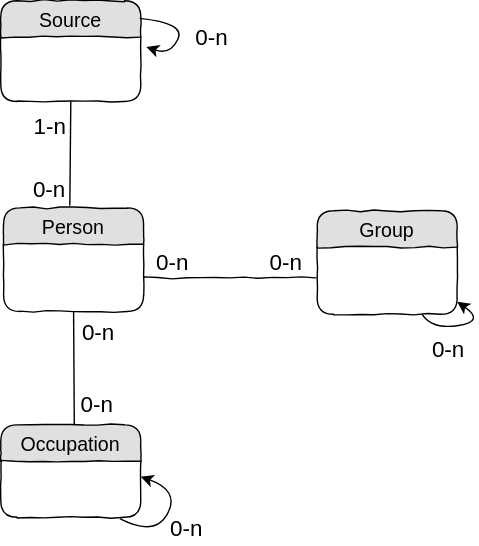
The draw.io diagram docs/img/db5-model.svg in tig12/g5, before a commit. Source tidied: cells renumbered, new cells last; positions are measured from the earlier drawing's top-left corner, leaving out a move shared by most shapes.
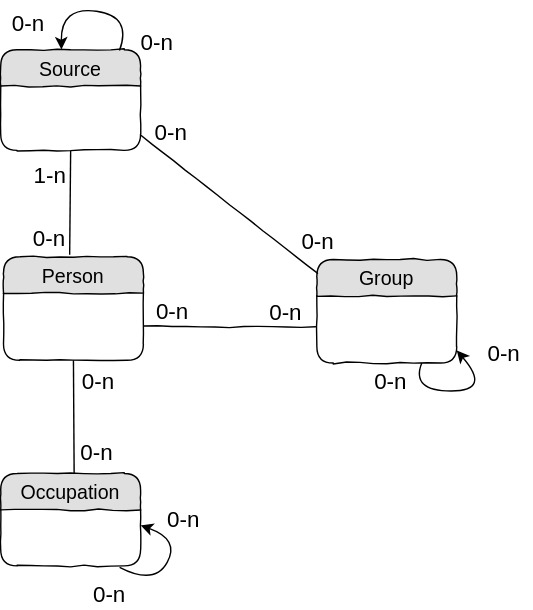
After the commit.

What changed in the source:
```diff
@@ -40,32 +40,31 @@
       <mxGeometry width="100" height="72" as="geometry" />
     </mxCell>
     <mxCell id="11" value="&lt;font style=&quot;font-size: 16px&quot;&gt;0-n&lt;/font&gt;" style="text;html=1;strokeColor=none;fillColor=none;align=center;verticalAlign=middle;whiteSpace=wrap;rounded=0;shadow=0;glass=0;dashed=1;dashPattern=1 4;comic=1;labelBackgroundColor=none;fontSize=24;fontColor=#000000;" parent="1" vertex="1">
-      <mxGeometry x="113" y="367" width="40" height="15" as="geometry" />
+      <mxGeometry x="58" y="379" width="40" height="15" as="geometry" />
     </mxCell>
     <mxCell id="12" style="curved=1;endArrow=classic;html=1;exitX=0.75;exitY=1;exitDx=0;exitDy=0;" parent="1" edge="1" source="20">
       <mxGeometry relative="1" as="geometry">
         <mxPoint x="326" y="215" as="targetPoint" />
         <Array as="points">
-          <mxPoint x="308" y="235" />
-          <mxPoint x="346" y="229" />
+          <mxPoint x="293" y="244" />
+          <mxPoint x="351" y="244" />
         </Array>
       </mxGeometry>
     </mxCell>
     <mxCell id="13" value="&lt;font style=&quot;font-size: 16px&quot;&gt;0-n&lt;/font&gt;" style="text;html=1;strokeColor=none;fillColor=none;align=center;verticalAlign=middle;whiteSpace=wrap;rounded=0;shadow=0;glass=0;dashed=1;dashPattern=1 4;comic=1;labelBackgroundColor=none;fontSize=24;fontColor=#000000;" parent="1" vertex="1">
-      <mxGeometry x="300" y="239" width="40" height="15" as="geometry" />
+      <mxGeometry x="259" y="227" width="40" height="15" as="geometry" />
     </mxCell>
     <mxCell id="14" value="Occupation" style="swimlane;fontStyle=0;horizontal=1;startSize=26;fillColor=#e0e0e0;swimlaneFillColor=#ffffff;align=center;fontSize=14;rounded=1;shadow=0;comic=1;glass=0;" parent="1" vertex="1">
       <mxGeometry y="303" width="100" height="66" as="geometry" />
     </mxCell>
     <mxCell id="15" value="&lt;font style=&quot;font-size: 16px&quot;&gt;0-n&lt;/font&gt;" style="text;html=1;strokeColor=none;fillColor=none;align=center;verticalAlign=middle;whiteSpace=wrap;rounded=0;shadow=0;glass=0;dashed=1;dashPattern=1 4;comic=1;labelBackgroundColor=none;fontSize=24;fontColor=#000000;" parent="1" vertex="1">
-      <mxGeometry x="131" y="16" width="40" height="15" as="geometry" />
+      <mxGeometry y="-29" width="40" height="15" as="geometry" />
     </mxCell>
-    <mxCell id="16" style="curved=1;endArrow=classic;html=1;exitX=0.992;exitY=0.175;exitDx=0;exitDy=0;exitPerimeter=0;" parent="1" edge="1" source="10">
+    <mxCell id="16" style="curved=1;endArrow=classic;html=1;entryX=0.434;entryY=-0.002;entryDx=0;entryDy=0;entryPerimeter=0;exitX=0.849;exitY=0.009;exitDx=0;exitDy=0;exitPerimeter=0;" parent="1" edge="1" source="10" target="10">
       <mxGeometry relative="1" as="geometry">
-        <mxPoint x="104" y="33" as="targetPoint" />
         <Array as="points">
-          <mxPoint x="132" y="16" />
-          <mxPoint x="121" y="39" />
+          <mxPoint x="94" y="-24" />
+          <mxPoint x="43" y="-31" />
         </Array>
       </mxGeometry>
     </mxCell>
@@ -81,5 +80,25 @@
     <mxCell id="20" value="Group" style="swimlane;fontStyle=0;horizontal=1;startSize=26;fillColor=#e0e0e0;swimlaneFillColor=#ffffff;align=center;fontSize=14;rounded=1;shadow=0;comic=1;glass=0;" parent="1" vertex="1">
       <mxGeometry x="226" y="150" width="100" height="74" as="geometry" />
     </mxCell>
+    <mxCell id="21" value="&lt;font style=&quot;font-size: 16px&quot;&gt;0-n&lt;/font&gt;" style="text;html=1;strokeColor=none;fillColor=none;align=center;verticalAlign=middle;whiteSpace=wrap;rounded=0;shadow=0;glass=0;dashed=1;dashPattern=1 4;comic=1;labelBackgroundColor=none;fontSize=24;fontColor=#000000;" parent="1" vertex="1">
+      <mxGeometry x="92" y="-15" width="40" height="15" as="geometry" />
+    </mxCell>
+    <mxCell id="22" value="&lt;font style=&quot;font-size: 16px&quot;&gt;0-n&lt;/font&gt;" style="text;html=1;strokeColor=none;fillColor=none;align=center;verticalAlign=middle;whiteSpace=wrap;rounded=0;shadow=0;glass=0;dashed=1;dashPattern=1 4;comic=1;labelBackgroundColor=none;fontSize=24;fontColor=#000000;" parent="1" vertex="1">
+      <mxGeometry x="340" y="207" width="40" height="15" as="geometry" />
+    </mxCell>
+    <mxCell id="23" value="&lt;font style=&quot;font-size: 16px&quot;&gt;0-n&lt;/font&gt;" style="text;html=1;strokeColor=none;fillColor=none;align=center;verticalAlign=middle;whiteSpace=wrap;rounded=0;shadow=0;glass=0;dashed=1;dashPattern=1 4;comic=1;labelBackgroundColor=none;fontSize=24;fontColor=#000000;" parent="1" vertex="1">
+      <mxGeometry x="111" y="326" width="40" height="15" as="geometry" />
+    </mxCell>
+    <mxCell id="24" style="endArrow=none;html=1;exitX=0.005;exitY=0.133;exitDx=0;exitDy=0;comic=1;exitPerimeter=0;" parent="1" edge="1" source="20">
+      <mxGeometry relative="1" as="geometry">
+        <mxPoint x="100" y="61" as="targetPoint" />
+      </mxGeometry>
+    </mxCell>
+    <mxCell id="25" value="&lt;font style=&quot;font-size: 16px&quot;&gt;0-n&lt;/font&gt;" style="text;html=1;strokeColor=none;fillColor=none;align=center;verticalAlign=middle;whiteSpace=wrap;rounded=0;shadow=0;glass=0;dashed=1;dashPattern=1 4;comic=1;labelBackgroundColor=none;fontSize=24;fontColor=#000000;" parent="1" vertex="1">
+      <mxGeometry x="102" y="49" width="40" height="15" as="geometry" />
+    </mxCell>
+    <mxCell id="26" value="&lt;font style=&quot;font-size: 16px&quot;&gt;0-n&lt;/font&gt;" style="text;html=1;strokeColor=none;fillColor=none;align=center;verticalAlign=middle;whiteSpace=wrap;rounded=0;shadow=0;glass=0;dashed=1;dashPattern=1 4;comic=1;labelBackgroundColor=none;fontSize=24;fontColor=#000000;" parent="1" vertex="1">
+      <mxGeometry x="207" y="127" width="40" height="15" as="geometry" />
+    </mxCell>
   </root>
 </mxGraphModel>
```
